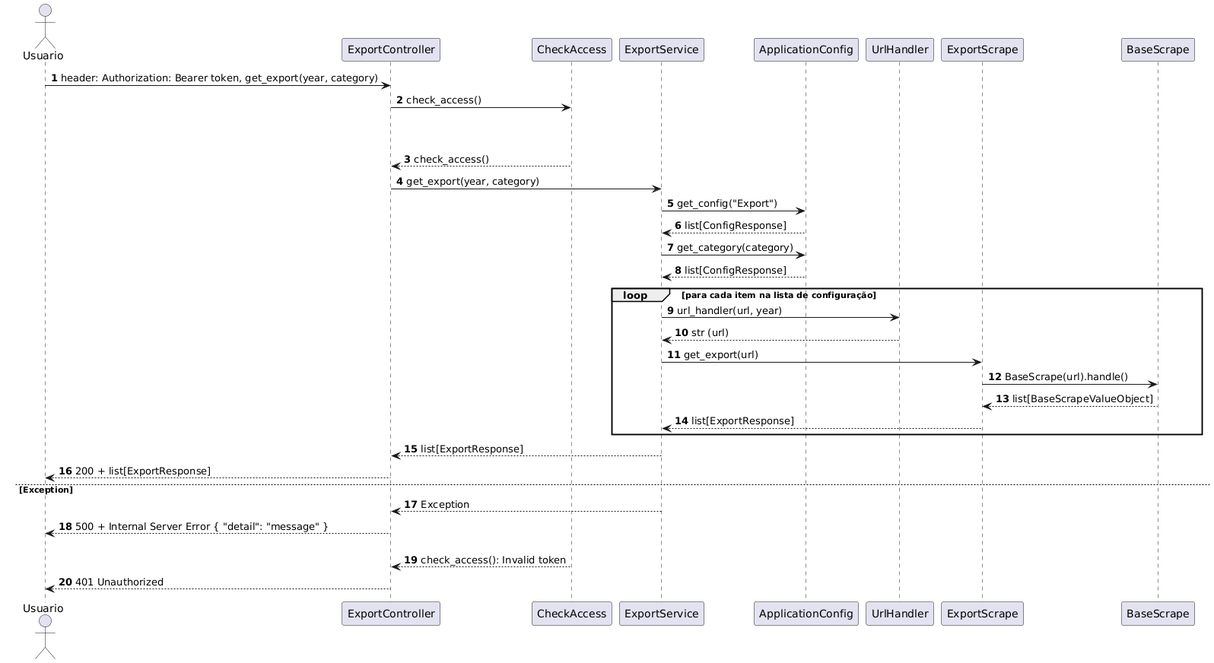
henriquecomp/vinicultura keeps this PlantUML diagram as app/architecture_diagrams/sequence_endpoint_export.png. Above is the earlier version.
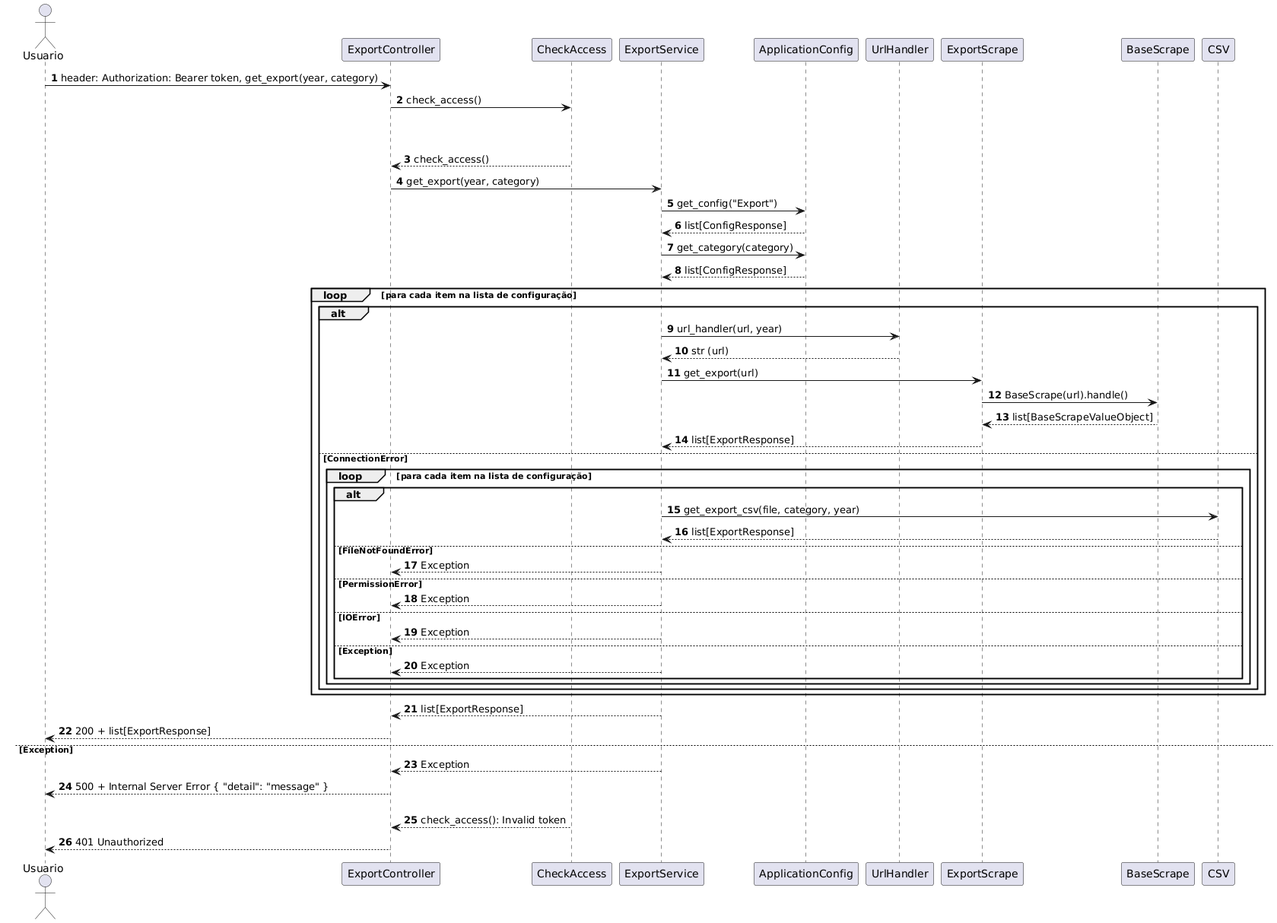
The same diagram one commit later.

Change to the diagram source:
```diff
@@ -21,12 +21,29 @@
         Application -> Config: get_category(category)
         Config --> Application: list[ConfigResponse]
         loop para cada item na lista de configuração
-            Application -> UrlHandler: url_handler(url, year)
-            UrlHandler --> Application: str (url)
-            Application -> Scrape: get_export(url)
-            Scrape -> BaseScrape: BaseScrape(url).handle()
-            BaseScrape --> Scrape: list[BaseScrapeValueObject]
-            Scrape --> Application: list[ExportResponse]
+            alt
+                Application -> UrlHandler: url_handler(url, year)
+                UrlHandler --> Application: str (url)
+                Application -> Scrape: get_export(url)
+                Scrape -> BaseScrape: BaseScrape(url).handle()
+                BaseScrape --> Scrape: list[BaseScrapeValueObject]
+                Scrape --> Application: list[ExportResponse]
+            else ConnectionError
+                loop para cada item na lista de configuração
+                    alt
+                        Application -> CSV : get_export_csv(file, category, year)
+                        CSV --> Application : list[ExportResponse]
+                    else FileNotFoundError
+                        Application --> Controller : Exception
+                    else PermissionError
+                        Application --> Controller : Exception
+                    else IOError
+                        Application --> Controller : Exception
+                    else Exception
+                        Application --> Controller : Exception
+                    end
+                end
+            end
         end
         Application --> Controller: list[ExportResponse]
         Controller --> Usuario: 200 + list[ExportResponse]
```
